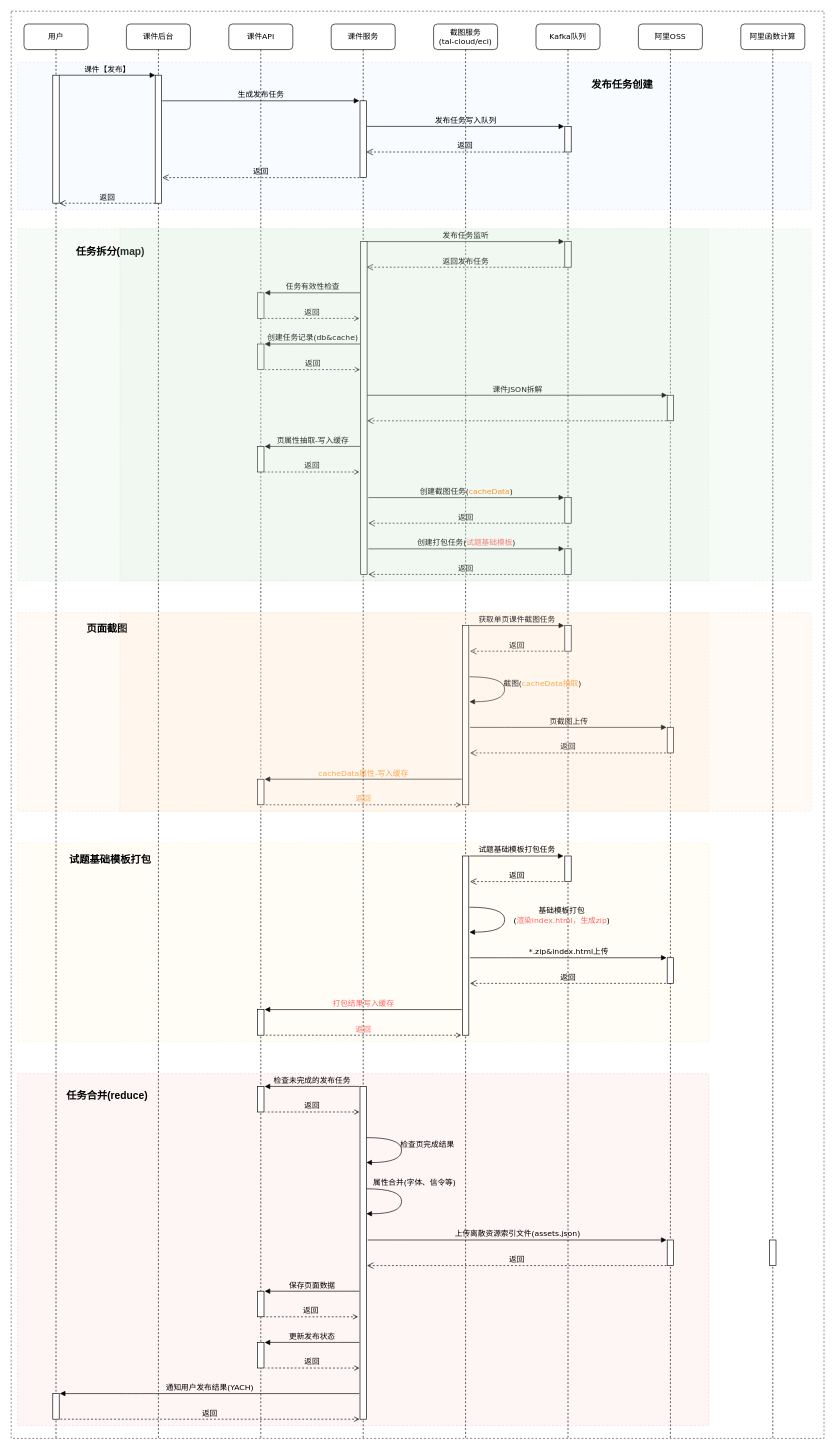
Before: 课件3.0截图流程-24年中.drawio in huanjiesm/courseware-draw, a draw.io diagram. Source tidied: cells renumbered, new cells numbered last; positions are measured from the earlier drawing's top-left corner, leaving out a move shared by most shapes. Both pictures are drawn from the tidied source at 64%, with x=0, y=0 at pixel (11, 11).
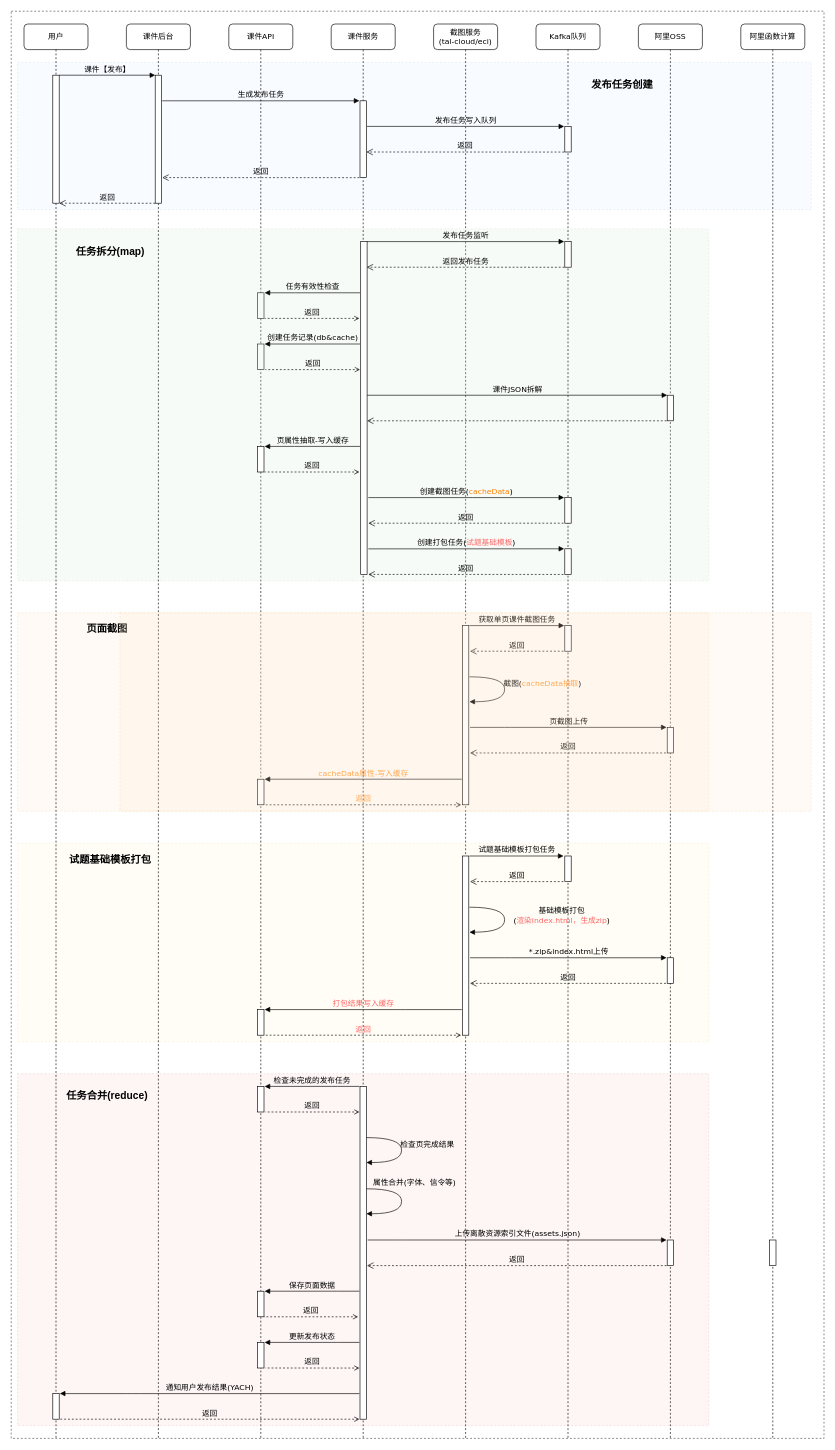
The same diagram, later.

Commit message (it also covers changes not shown here):
更新课件3.0截图流程-24年中.drawio

The change refers to these unchanged cells:
```xml
<mxCell id="92" value="阿里函数计算" style="shape=umlLifeline;perimeter=lifelinePerimeter;whiteSpace=wrap;html=1;rounded=1;shadow=0;comic=0;labelBackgroundColor=none;strokeWidth=1;fontFamily=Verdana;fontSize=12;align=center;" parent="1" vertex="1">
  <mxGeometry x="1140" y="20" width="100" height="2210" as="geometry" />
</mxCell>
```

Diff of the diagram source:
```diff
@@
-    <mxCell id="94" style="rounded=0;whiteSpace=wrap;html=1;fillColor=#d5e8d4;strokeColor=#82b366;opacity=20;dashed=1;" parent="92" vertex="1">
-      <mxGeometry x="-970" y="320" width="1080" height="550" as="geometry" />
-    </mxCell>
```
